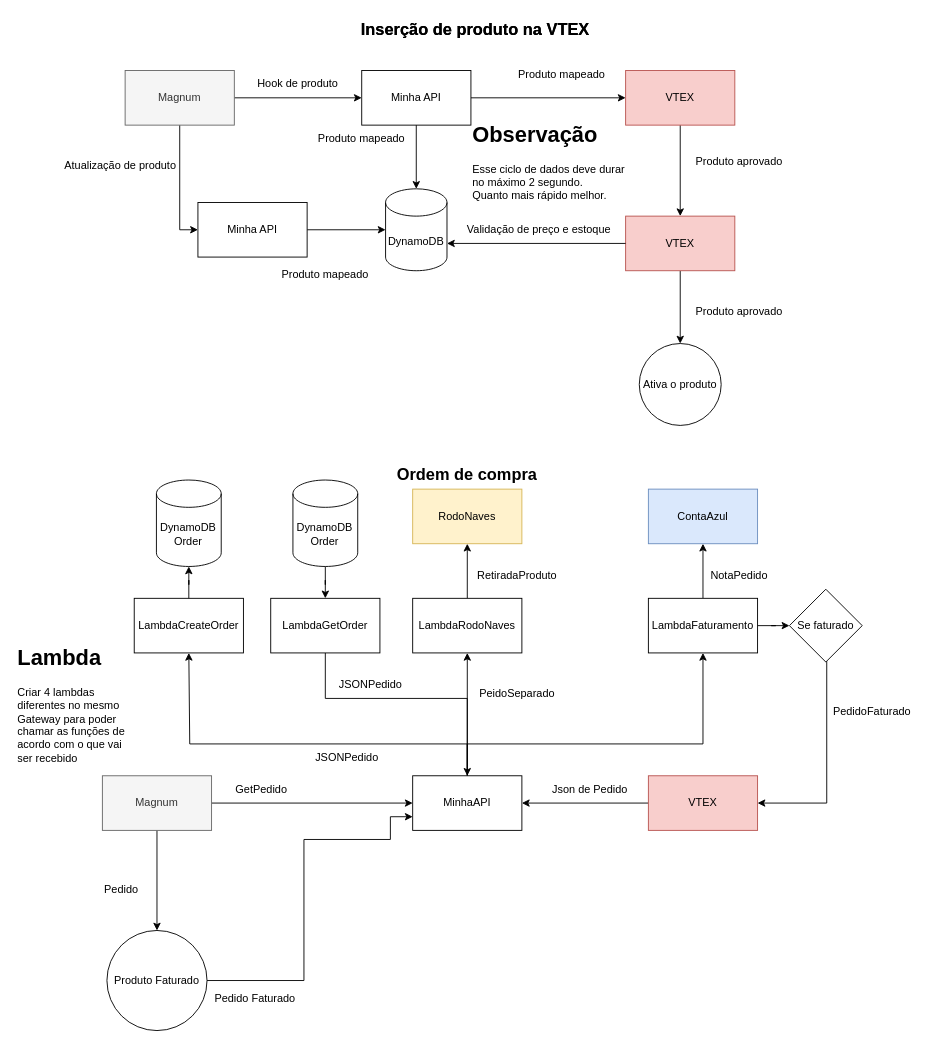
GustavoOliveira11/flowcharts keeps this draw.io diagram as fluxo-tech-magnum.drawio. Above is the earlier version. Source tidied: cells renumbered, new cells numbered last; positions are measured from the earlier drawing's top-left corner, leaving out a move shared by most shapes. Both pictures are drawn from the tidied source at 91%, with x=0, y=0 at pixel (15, 15).
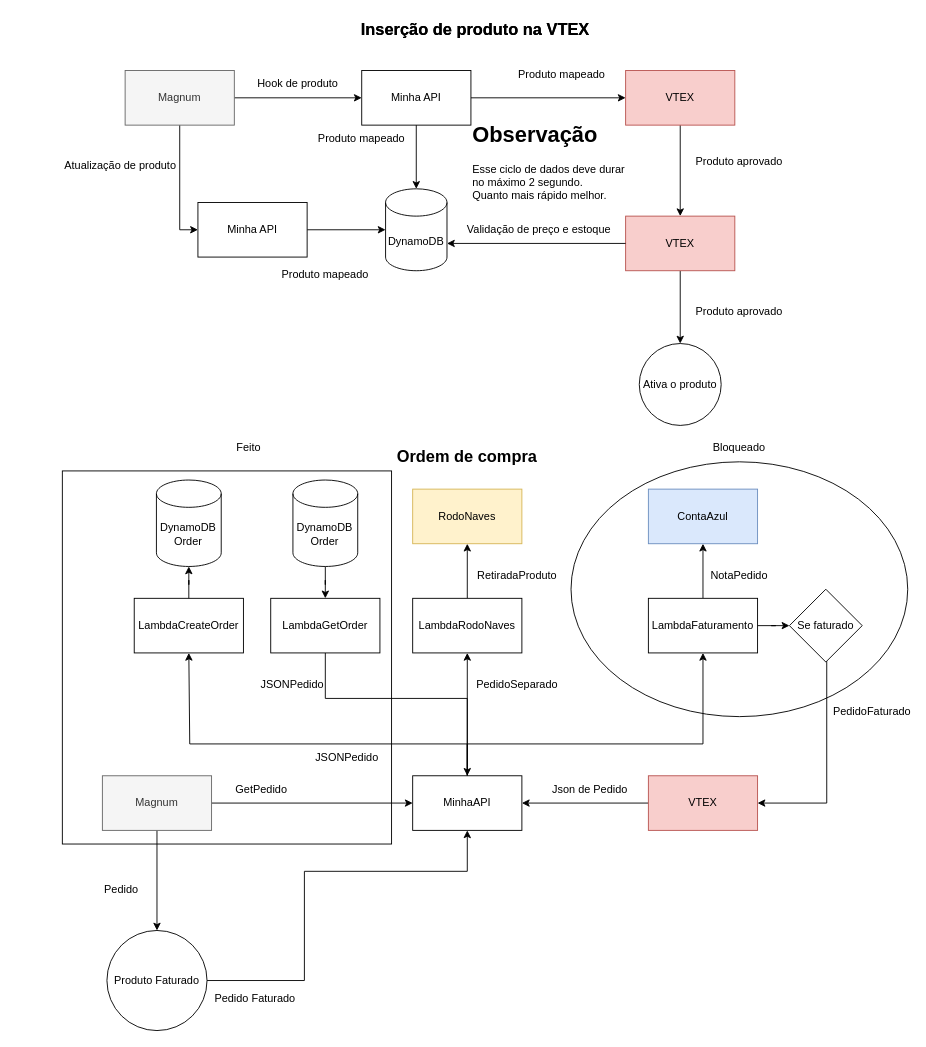
Above is the later version.

Unchanged cells that the change refers to:
```xml
<mxCell id="34" value="MinhaAPI" style="rounded=0;whiteSpace=wrap;html=1;" parent="1" vertex="1">
  <mxGeometry x="436" y="835" width="120" height="60" as="geometry" />
</mxCell>
<mxCell id="40" value="Produto Faturado" style="ellipse;whiteSpace=wrap;html=1;" parent="1" vertex="1">
  <mxGeometry x="100" y="1005" width="110" height="110" as="geometry" />
</mxCell>
```

What changed in the source:
```diff
@@
     <mxCell id="28" value="Ordem de compra" style="text;html=1;align=center;verticalAlign=middle;whiteSpace=wrap;rounded=0;fontSize=18;fontStyle=1;" parent="1" vertex="1">
-      <mxGeometry x="341" y="490" width="310" height="30" as="geometry" />
+      <mxGeometry x="341" y="470" width="310" height="30" as="geometry" />
     </mxCell>
@@
-    <mxCell id="39" style="edgeStyle=orthogonalEdgeStyle;rounded=0;jettySize=auto;html=1;entryX=0;entryY=0.75;entryDx=0;entryDy=0;" parent="1" edge="1" source="40" target="34">
+    <mxCell id="39" style="edgeStyle=orthogonalEdgeStyle;rounded=0;jettySize=auto;html=1;entryX=0.5;entryY=1;entryDx=0;entryDy=0;" parent="1" edge="1" source="40" target="34">
       <mxGeometry relative="1" as="geometry">
         <Array as="points">
-          <mxPoint x="316.5" y="1060" />
-          <mxPoint x="316.5" y="905" />
-          <mxPoint x="411.5" y="905" />
-          <mxPoint x="411.5" y="880" />
+          <mxPoint x="317" y="1060" />
+          <mxPoint x="317" y="940" />
+          <mxPoint x="496" y="940" />
         </Array>
       </mxGeometry>
     </mxCell>
@@
-    <mxCell id="49" value="&lt;h1 style=&quot;margin-top: 0px;&quot;&gt;Lambda&lt;/h1&gt;&lt;div&gt;Criar 4 lambdas diferentes no mesmo Gateway para poder chamar as funções de acordo com o que vai ser recebido&lt;/div&gt;" style="text;html=1;whiteSpace=wrap;overflow=hidden;rounded=0;" parent="1" vertex="1">
-      <mxGeometry y="685" width="130" height="140" as="geometry" />
-    </mxCell>
@@
-    <mxCell id="61" value="PeidoSeparado" style="text;html=1;align=center;verticalAlign=middle;whiteSpace=wrap;rounded=0;" parent="1" vertex="1">
-      <mxGeometry x="511" y="730" width="80" height="30" as="geometry" />
+    <mxCell id="61" value="PedidoSeparado" style="text;html=1;align=center;verticalAlign=middle;whiteSpace=wrap;rounded=0;" parent="1" vertex="1">
+      <mxGeometry x="511" y="720" width="80" height="30" as="geometry" />
     </mxCell>
@@
     <mxCell id="66" value="JSONPedido" style="text;html=1;align=center;verticalAlign=middle;whiteSpace=wrap;rounded=0;" parent="1" vertex="1">
-      <mxGeometry x="360" y="720" width="60" height="30" as="geometry" />
+      <mxGeometry x="273.5" y="720" width="60" height="30" as="geometry" />
     </mxCell>
+    <mxCell id="67" value="Bloqueado" style="text;html=1;align=center;verticalAlign=middle;whiteSpace=wrap;rounded=0;" parent="1" vertex="1">
+      <mxGeometry x="765" y="460" width="60" height="30" as="geometry" />
+    </mxCell>
+    <mxCell id="68" style="ellipse;whiteSpace=wrap;html=1;fillColor=none;" parent="1" vertex="1">
+      <mxGeometry x="610" y="490" width="370" height="280" as="geometry" />
+    </mxCell>
+    <mxCell id="69" value="Feito" style="text;html=1;align=center;verticalAlign=middle;whiteSpace=wrap;rounded=0;" parent="1" vertex="1">
+      <mxGeometry x="225.6" y="460" width="60" height="30" as="geometry" />
+    </mxCell>
+    <mxCell id="70" style="rounded=0;whiteSpace=wrap;html=1;fillColor=none;" parent="1" vertex="1">
+      <mxGeometry x="51" y="500" width="361.8" height="410" as="geometry" />
+    </mxCell>
```
